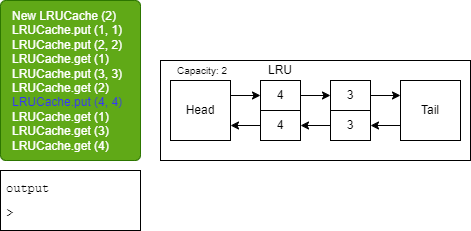
Above: Final_Interview/slides/Slide8.png in bert799/CodingInterviews (draw.io), before the change. Source tidied: cells renumbered, new cells last; positions are measured from the earlier drawing's top-left corner, leaving out a move shared by most shapes.
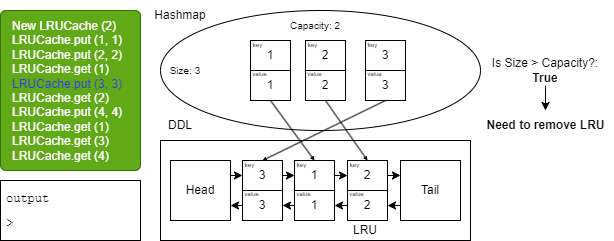
Above is the later version.

Change to the diagram source:
```diff
@@ -2,56 +2,170 @@
   <root>
     <mxCell id="0" />
     <mxCell id="1" parent="0" />
-    <mxCell id="2" value="&lt;span style=&quot;&quot;&gt;&#9;&lt;/span&gt;New LRUCache (2)&lt;br&gt;&lt;span style=&quot;&quot;&gt;&#9;&lt;/span&gt;LRUCache.put (1, 1)&lt;br&gt;&lt;span style=&quot;&quot;&gt;&#9;&lt;/span&gt;LRUCache.put (2, 2)&lt;br&gt;LRUCache.get (1)&lt;br&gt;LRUCache.put (3, 3)&lt;br&gt;LRUCache.get (2)&lt;br&gt;&lt;font color=&quot;#3333ff&quot;&gt;LRUCache.put (4, 4)&lt;br&gt;&lt;/font&gt;LRUCache.get (1)&lt;br&gt;LRUCache.get (3)&lt;br&gt;LRUCache.get (4)" style="rounded=1;whiteSpace=wrap;html=1;fillColor=#60a917;verticalAlign=top;align=left;arcSize=4;spacingTop=2;spacingLeft=10;spacingBottom=2;fontColor=#ffffff;strokeColor=#2D7600;" parent="1" vertex="1">
+    <mxCell id="2" value="&lt;span style=&quot;&quot;&gt;&#9;&lt;/span&gt;New LRUCache (2)&lt;br&gt;&lt;span style=&quot;&quot;&gt;&#9;&lt;/span&gt;LRUCache.put (1, 1)&lt;br&gt;&lt;span style=&quot;&quot;&gt;&#9;&lt;/span&gt;LRUCache.put (2, 2)&lt;br&gt;LRUCache.get (1)&lt;br&gt;&lt;font color=&quot;#3333ff&quot;&gt;LRUCache.put (3, 3)&lt;br&gt;&lt;/font&gt;LRUCache.get (2)&lt;br&gt;LRUCache.put (4, 4)&lt;br&gt;LRUCache.get (1)&lt;br&gt;LRUCache.get (3)&lt;br&gt;LRUCache.get (4)" style="rounded=1;whiteSpace=wrap;html=1;fillColor=#60a917;verticalAlign=top;align=left;arcSize=4;spacingTop=2;spacingLeft=10;spacingBottom=2;fontColor=#ffffff;strokeColor=#2D7600;" parent="1" vertex="1">
       <mxGeometry width="140" height="160" as="geometry" />
     </mxCell>
     <mxCell id="3" value="&lt;pre style=&quot;line-height: 0%;&quot;&gt;&lt;font color=&quot;#000000&quot;&gt;output&lt;/font&gt;&lt;/pre&gt;&lt;pre style=&quot;text-align: center; line-height: 0%;&quot;&gt;&lt;font color=&quot;#000000&quot;&gt;&lt;br&gt;&lt;/font&gt;&lt;/pre&gt;&lt;pre style=&quot;text-align: justify; line-height: 0%;&quot;&gt;&lt;font color=&quot;#000000&quot;&gt;&amp;gt; &lt;/font&gt;&lt;/pre&gt;" style="rounded=0;whiteSpace=wrap;html=1;verticalAlign=top;align=left;spacingLeft=4;fillColor=none;strokeColor=#000000;" parent="1" vertex="1">
       <mxGeometry y="170" width="140" height="60" as="geometry" />
     </mxCell>
-    <mxCell id="4" style="rounded=0;whiteSpace=wrap;html=1;fontSize=12;fillColor=none;strokeColor=#000000;" parent="1" vertex="1">
-      <mxGeometry x="160" y="60" width="310" height="100" as="geometry" />
-    </mxCell>
+    <mxCell id="19" style="rounded=0;whiteSpace=wrap;html=1;fontSize=12;fillColor=none;strokeColor=#000000;" parent="1" vertex="1">
+      <mxGeometry x="160" y="130" width="310" height="100" as="geometry" />
+    </mxCell>
+    <mxCell id="20" style="edgeStyle=none;html=1;exitX=1;exitY=0.25;exitDx=0;exitDy=0;fontSize=10;fontColor=#FFFFFF;strokeColor=#000000;entryX=0;entryY=0.5;entryDx=0;entryDy=0;" parent="1" edge="1" source="8" target="53">
+      <mxGeometry relative="1" as="geometry" />
+    </mxCell>
+    <mxCell id="8" value="&lt;font color=&quot;#000000&quot;&gt;Head&lt;/font&gt;" style="whiteSpace=wrap;html=1;rounded=0;strokeColor=#000000;fontSize=12;fillColor=none;" parent="1" vertex="1">
+      <mxGeometry x="170" y="150" width="60" height="60" as="geometry" />
+    </mxCell>
+    <mxCell id="21" style="edgeStyle=none;html=1;exitX=0;exitY=0.75;exitDx=0;exitDy=0;entryX=1;entryY=0.5;entryDx=0;entryDy=0;strokeColor=#000000;fontSize=10;fontColor=#FFFFFF;" parent="1" edge="1" source="10" target="29">
+      <mxGeometry relative="1" as="geometry" />
+    </mxCell>
+    <mxCell id="10" value="&lt;font color=&quot;#000000&quot;&gt;Tail&lt;/font&gt;" style="whiteSpace=wrap;html=1;rounded=0;strokeColor=#000000;fontSize=12;fillColor=none;" parent="1" vertex="1">
+      <mxGeometry x="400" y="150" width="60" height="60" as="geometry" />
+    </mxCell>
+    <mxCell id="22" style="edgeStyle=none;html=1;exitX=1;exitY=0.5;exitDx=0;exitDy=0;entryX=0;entryY=0.25;entryDx=0;entryDy=0;strokeColor=#000000;fontSize=10;fontColor=#FFFFFF;" parent="1" edge="1" source="28" target="10">
+      <mxGeometry relative="1" as="geometry" />
+    </mxCell>
+    <mxCell id="23" style="edgeStyle=none;html=1;exitX=0;exitY=0.5;exitDx=0;exitDy=0;strokeColor=#000000;fontSize=10;fontColor=#FFFFFF;entryX=1;entryY=0.5;entryDx=0;entryDy=0;" parent="1" edge="1" source="29" target="40">
+      <mxGeometry relative="1" as="geometry" />
+    </mxCell>
     <mxCell id="5" value="&lt;font style=&quot;font-size: 10px;&quot;&gt;Capacity: 2&lt;/font&gt;" style="text;html=1;strokeColor=none;fillColor=none;align=center;verticalAlign=middle;whiteSpace=wrap;rounded=0;fontColor=#000000;" parent="1" vertex="1">
-      <mxGeometry x="167" y="55" width="70" height="30" as="geometry" />
+      <mxGeometry x="280" width="70" height="30" as="geometry" />
     </mxCell>
+    <mxCell id="24" style="ellipse;whiteSpace=wrap;html=1;fillColor=none;strokeColor=#000000;" parent="1" vertex="1">
+      <mxGeometry x="160" width="320" height="120" as="geometry" />
+    </mxCell>
+    <mxCell id="25" value="&lt;font color=&quot;#000000&quot;&gt;Hashmap&lt;/font&gt;" style="text;html=1;strokeColor=none;fillColor=none;align=center;verticalAlign=middle;whiteSpace=wrap;rounded=0;" parent="1" vertex="1">
+      <mxGeometry x="150" y="-10" width="60" height="30" as="geometry" />
+    </mxCell>
+    <mxCell id="26" value="&lt;font color=&quot;#000000&quot;&gt;DDL&lt;/font&gt;" style="text;html=1;strokeColor=none;fillColor=none;align=center;verticalAlign=middle;whiteSpace=wrap;rounded=0;" parent="1" vertex="1">
+      <mxGeometry x="150" y="100" width="60" height="30" as="geometry" />
+    </mxCell>
+    <mxCell id="27" style="group;" parent="1" vertex="1">
+      <mxGeometry x="342" y="148" width="45" height="62" as="geometry" />
+    </mxCell>
+    <mxCell id="28" value="2" style="rounded=0;whiteSpace=wrap;html=1;strokeColor=#000000;fontSize=12;fontColor=#000000;fillColor=none;" parent="27" vertex="1">
+      <mxGeometry x="5" y="2" width="40" height="30" as="geometry" />
+    </mxCell>
+    <mxCell id="29" value="2" style="rounded=0;whiteSpace=wrap;html=1;strokeColor=#000000;fontSize=12;fontColor=#000000;fillColor=none;" parent="27" vertex="1">
+      <mxGeometry x="5" y="32" width="40" height="30" as="geometry" />
+    </mxCell>
+    <mxCell id="30" value="&lt;font style=&quot;font-size: 6px;&quot; color=&quot;#000000&quot;&gt;key&lt;/font&gt;" style="text;html=1;strokeColor=none;fillColor=none;align=center;verticalAlign=middle;whiteSpace=wrap;rounded=0;" parent="27" vertex="1">
+      <mxGeometry width="25" height="10" as="geometry" />
+    </mxCell>
+    <mxCell id="31" value="&lt;font style=&quot;font-size: 6px;&quot; color=&quot;#000000&quot;&gt;value&lt;/font&gt;" style="text;html=1;strokeColor=none;fillColor=none;align=center;verticalAlign=middle;whiteSpace=wrap;rounded=0;" parent="27" vertex="1">
+      <mxGeometry x="2" y="29" width="25" height="10" as="geometry" />
+    </mxCell>
+    <mxCell id="32" style="edgeStyle=none;html=1;exitX=0.5;exitY=1;exitDx=0;exitDy=0;fontSize=6;fillColor=#d80073;strokeColor=#000000;endSize=2;startSize=2;jumpSize=6;strokeWidth=1;entryX=0.5;entryY=0;entryDx=0;entryDy=0;" parent="1" edge="1" source="35" target="39">
+      <mxGeometry relative="1" as="geometry" />
+    </mxCell>
+    <mxCell id="33" style="group;" parent="1" vertex="1">
+      <mxGeometry x="245" y="28" width="45" height="62" as="geometry" />
+    </mxCell>
+    <mxCell id="34" value="1" style="rounded=0;whiteSpace=wrap;html=1;strokeColor=#000000;fontSize=12;fontColor=#000000;fillColor=none;" parent="33" vertex="1">
+      <mxGeometry x="5" y="2" width="40" height="30" as="geometry" />
+    </mxCell>
+    <mxCell id="35" value="1" style="rounded=0;whiteSpace=wrap;html=1;strokeColor=#000000;fontSize=12;fontColor=#000000;fillColor=none;" parent="33" vertex="1">
+      <mxGeometry x="5" y="32" width="40" height="30" as="geometry" />
+    </mxCell>
+    <mxCell id="36" value="&lt;font style=&quot;font-size: 6px;&quot; color=&quot;#000000&quot;&gt;key&lt;/font&gt;" style="text;html=1;strokeColor=none;fillColor=none;align=center;verticalAlign=middle;whiteSpace=wrap;rounded=0;" parent="33" vertex="1">
+      <mxGeometry width="25" height="10" as="geometry" />
+    </mxCell>
+    <mxCell id="37" value="&lt;font style=&quot;font-size: 6px;&quot; color=&quot;#000000&quot;&gt;value&lt;/font&gt;" style="text;html=1;strokeColor=none;fillColor=none;align=center;verticalAlign=middle;whiteSpace=wrap;rounded=0;" parent="33" vertex="1">
+      <mxGeometry x="2" y="29" width="25" height="10" as="geometry" />
+    </mxCell>
     <mxCell id="6" value="LRU" style="text;html=1;strokeColor=none;fillColor=none;align=center;verticalAlign=middle;whiteSpace=wrap;rounded=0;fontSize=12;fontColor=#000000;" parent="1" vertex="1">
-      <mxGeometry x="255" y="60" width="50" height="20" as="geometry" />
+      <mxGeometry x="339.5" y="210" width="50" height="20" as="geometry" />
     </mxCell>
-    <mxCell id="7" style="edgeStyle=none;html=1;exitX=1;exitY=0.25;exitDx=0;exitDy=0;entryX=0;entryY=0.5;entryDx=0;entryDy=0;fontSize=12;fontColor=#000000;strokeColor=#000000;" parent="1" edge="1" source="8" target="12">
-      <mxGeometry relative="1" as="geometry" />
-    </mxCell>
-    <mxCell id="8" value="&lt;font color=&quot;#000000&quot;&gt;Head&lt;/font&gt;" style="whiteSpace=wrap;html=1;rounded=0;strokeColor=#000000;fontSize=12;fillColor=none;" parent="1" vertex="1">
-      <mxGeometry x="170" y="80" width="60" height="60" as="geometry" />
-    </mxCell>
-    <mxCell id="9" style="edgeStyle=none;html=1;exitX=0;exitY=0.75;exitDx=0;exitDy=0;entryX=1;entryY=0.5;entryDx=0;entryDy=0;strokeColor=#000000;fontSize=12;fontColor=#000000;" parent="1" edge="1" source="10" target="18">
-      <mxGeometry relative="1" as="geometry" />
-    </mxCell>
-    <mxCell id="10" value="&lt;font color=&quot;#000000&quot;&gt;Tail&lt;/font&gt;" style="whiteSpace=wrap;html=1;rounded=0;strokeColor=#000000;fontSize=12;fillColor=none;" parent="1" vertex="1">
-      <mxGeometry x="400" y="80" width="60" height="60" as="geometry" />
-    </mxCell>
-    <mxCell id="11" style="edgeStyle=none;html=1;exitX=1;exitY=0.5;exitDx=0;exitDy=0;entryX=0;entryY=0.5;entryDx=0;entryDy=0;strokeColor=#000000;fontSize=12;fontColor=#000000;" parent="1" edge="1" source="12" target="14">
-      <mxGeometry relative="1" as="geometry" />
-    </mxCell>
-    <mxCell id="12" value="4" style="rounded=0;whiteSpace=wrap;html=1;strokeColor=#000000;fontSize=12;fontColor=#000000;fillColor=none;" parent="1" vertex="1">
-      <mxGeometry x="260" y="80" width="40" height="30" as="geometry" />
-    </mxCell>
-    <mxCell id="13" style="edgeStyle=none;html=1;exitX=1;exitY=0.5;exitDx=0;exitDy=0;entryX=0;entryY=0.25;entryDx=0;entryDy=0;strokeColor=#000000;fontSize=12;fontColor=#000000;" parent="1" edge="1" source="14" target="10">
-      <mxGeometry relative="1" as="geometry" />
-    </mxCell>
-    <mxCell id="14" value="3" style="rounded=0;whiteSpace=wrap;html=1;strokeColor=#000000;fontSize=12;fontColor=#000000;fillColor=none;" parent="1" vertex="1">
-      <mxGeometry x="330" y="80" width="40" height="30" as="geometry" />
-    </mxCell>
-    <mxCell id="15" style="edgeStyle=none;html=1;exitX=0;exitY=0.5;exitDx=0;exitDy=0;entryX=1;entryY=0.75;entryDx=0;entryDy=0;strokeColor=#000000;fontSize=12;fontColor=#000000;" parent="1" edge="1" source="16" target="8">
-      <mxGeometry relative="1" as="geometry" />
-    </mxCell>
-    <mxCell id="16" value="4" style="rounded=0;whiteSpace=wrap;html=1;strokeColor=#000000;fontSize=12;fontColor=#000000;fillColor=none;" parent="1" vertex="1">
-      <mxGeometry x="260" y="110" width="40" height="30" as="geometry" />
-    </mxCell>
-    <mxCell id="17" style="edgeStyle=none;html=1;exitX=0;exitY=0.5;exitDx=0;exitDy=0;strokeColor=#000000;fontSize=12;fontColor=#000000;" parent="1" edge="1" source="18" target="16">
-      <mxGeometry relative="1" as="geometry" />
-    </mxCell>
-    <mxCell id="18" value="3" style="rounded=0;whiteSpace=wrap;html=1;strokeColor=#000000;fontSize=12;fontColor=#000000;fillColor=none;" parent="1" vertex="1">
-      <mxGeometry x="330" y="110" width="40" height="30" as="geometry" />
-    </mxCell>
+    <mxCell id="38" style="group;" parent="1" vertex="1">
+      <mxGeometry x="289" y="148" width="45" height="62" as="geometry" />
+    </mxCell>
+    <mxCell id="39" value="1" style="rounded=0;whiteSpace=wrap;html=1;strokeColor=#000000;fontSize=12;fontColor=#000000;fillColor=none;" parent="38" vertex="1">
+      <mxGeometry x="5" y="2" width="40" height="30" as="geometry" />
+    </mxCell>
+    <mxCell id="40" value="1" style="rounded=0;whiteSpace=wrap;html=1;strokeColor=#000000;fontSize=12;fontColor=#000000;fillColor=none;" parent="38" vertex="1">
+      <mxGeometry x="5" y="32" width="40" height="30" as="geometry" />
+    </mxCell>
+    <mxCell id="41" value="&lt;font style=&quot;font-size: 6px;&quot; color=&quot;#000000&quot;&gt;key&lt;/font&gt;" style="text;html=1;strokeColor=none;fillColor=none;align=center;verticalAlign=middle;whiteSpace=wrap;rounded=0;" parent="38" vertex="1">
+      <mxGeometry width="25" height="10" as="geometry" />
+    </mxCell>
+    <mxCell id="42" value="&lt;font style=&quot;font-size: 6px;&quot; color=&quot;#000000&quot;&gt;value&lt;/font&gt;" style="text;html=1;strokeColor=none;fillColor=none;align=center;verticalAlign=middle;whiteSpace=wrap;rounded=0;" parent="38" vertex="1">
+      <mxGeometry x="2" y="29" width="25" height="10" as="geometry" />
+    </mxCell>
+    <mxCell id="43" style="edgeStyle=none;html=1;exitX=1;exitY=0.5;exitDx=0;exitDy=0;entryX=0;entryY=0.5;entryDx=0;entryDy=0;strokeColor=#000000;" parent="1" edge="1" source="39" target="28">
+      <mxGeometry relative="1" as="geometry" />
+    </mxCell>
+    <mxCell id="44" style="edgeStyle=none;html=1;exitX=0;exitY=0.5;exitDx=0;exitDy=0;strokeColor=#000000;entryX=1;entryY=0.5;entryDx=0;entryDy=0;" parent="1" edge="1" source="40" target="54">
+      <mxGeometry relative="1" as="geometry" />
+    </mxCell>
+    <mxCell id="45" style="group;" parent="1" vertex="1">
+      <mxGeometry x="300" y="28" width="45" height="62" as="geometry" />
+    </mxCell>
+    <mxCell id="46" value="2" style="rounded=0;whiteSpace=wrap;html=1;strokeColor=#000000;fontSize=12;fontColor=#000000;fillColor=none;" parent="45" vertex="1">
+      <mxGeometry x="5" y="2" width="40" height="30" as="geometry" />
+    </mxCell>
+    <mxCell id="47" value="2" style="rounded=0;whiteSpace=wrap;html=1;strokeColor=#000000;fontSize=12;fontColor=#000000;fillColor=none;" parent="45" vertex="1">
+      <mxGeometry x="5" y="32" width="40" height="30" as="geometry" />
+    </mxCell>
+    <mxCell id="48" value="&lt;font style=&quot;font-size: 6px;&quot; color=&quot;#000000&quot;&gt;key&lt;/font&gt;" style="text;html=1;strokeColor=none;fillColor=none;align=center;verticalAlign=middle;whiteSpace=wrap;rounded=0;" parent="45" vertex="1">
+      <mxGeometry width="25" height="10" as="geometry" />
+    </mxCell>
+    <mxCell id="49" value="&lt;font style=&quot;font-size: 6px;&quot; color=&quot;#000000&quot;&gt;value&lt;/font&gt;" style="text;html=1;strokeColor=none;fillColor=none;align=center;verticalAlign=middle;whiteSpace=wrap;rounded=0;" parent="45" vertex="1">
+      <mxGeometry x="2" y="29" width="25" height="10" as="geometry" />
+    </mxCell>
+    <mxCell id="50" style="edgeStyle=none;html=1;exitX=0.5;exitY=1;exitDx=0;exitDy=0;strokeColor=#000000;endSize=2;startSize=2;entryX=0.5;entryY=0;entryDx=0;entryDy=0;" parent="1" edge="1" source="47" target="28">
+      <mxGeometry relative="1" as="geometry" />
+    </mxCell>
+    <mxCell id="51" value="&lt;font style=&quot;font-size: 10px;&quot;&gt;Size: 3&lt;br&gt;&lt;/font&gt;" style="text;html=1;strokeColor=none;fillColor=none;align=center;verticalAlign=middle;whiteSpace=wrap;rounded=0;fontColor=#000000;" parent="1" vertex="1">
+      <mxGeometry x="150" y="45" width="70" height="30" as="geometry" />
+    </mxCell>
+    <mxCell id="52" style="group;" parent="1" vertex="1">
+      <mxGeometry x="237" y="148" width="45" height="62" as="geometry" />
+    </mxCell>
+    <mxCell id="53" value="3" style="rounded=0;whiteSpace=wrap;html=1;strokeColor=#000000;fontSize=12;fontColor=#000000;fillColor=none;" parent="52" vertex="1">
+      <mxGeometry x="5" y="2" width="40" height="30" as="geometry" />
+    </mxCell>
+    <mxCell id="54" value="3" style="rounded=0;whiteSpace=wrap;html=1;strokeColor=#000000;fontSize=12;fontColor=#000000;fillColor=none;" parent="52" vertex="1">
+      <mxGeometry x="5" y="32" width="40" height="30" as="geometry" />
+    </mxCell>
+    <mxCell id="55" value="&lt;font style=&quot;font-size: 6px;&quot; color=&quot;#000000&quot;&gt;key&lt;/font&gt;" style="text;html=1;strokeColor=none;fillColor=none;align=center;verticalAlign=middle;whiteSpace=wrap;rounded=0;" parent="52" vertex="1">
+      <mxGeometry width="25" height="10" as="geometry" />
+    </mxCell>
+    <mxCell id="56" value="&lt;font style=&quot;font-size: 6px;&quot; color=&quot;#000000&quot;&gt;value&lt;/font&gt;" style="text;html=1;strokeColor=none;fillColor=none;align=center;verticalAlign=middle;whiteSpace=wrap;rounded=0;" parent="52" vertex="1">
+      <mxGeometry x="2" y="29" width="25" height="10" as="geometry" />
+    </mxCell>
+    <mxCell id="57" style="edgeStyle=none;html=1;exitX=1;exitY=0.5;exitDx=0;exitDy=0;entryX=0;entryY=0.5;entryDx=0;entryDy=0;strokeColor=#000000;fontColor=#3333FF;" parent="1" edge="1" source="53" target="39">
+      <mxGeometry relative="1" as="geometry" />
+    </mxCell>
+    <mxCell id="58" style="edgeStyle=none;html=1;exitX=0;exitY=0.5;exitDx=0;exitDy=0;entryX=1;entryY=0.75;entryDx=0;entryDy=0;strokeColor=#000000;fontColor=#3333FF;" parent="1" edge="1" source="54" target="8">
+      <mxGeometry relative="1" as="geometry" />
+    </mxCell>
+    <mxCell id="59" style="group;" parent="1" vertex="1">
+      <mxGeometry x="360" y="28" width="45" height="62" as="geometry" />
+    </mxCell>
+    <mxCell id="60" value="3" style="rounded=0;whiteSpace=wrap;html=1;strokeColor=#000000;fontSize=12;fontColor=#000000;fillColor=none;" parent="59" vertex="1">
+      <mxGeometry x="5" y="2" width="40" height="30" as="geometry" />
+    </mxCell>
+    <mxCell id="61" value="3" style="rounded=0;whiteSpace=wrap;html=1;strokeColor=#000000;fontSize=12;fontColor=#000000;fillColor=none;" parent="59" vertex="1">
+      <mxGeometry x="5" y="32" width="40" height="30" as="geometry" />
+    </mxCell>
+    <mxCell id="62" value="&lt;font style=&quot;font-size: 6px;&quot; color=&quot;#000000&quot;&gt;key&lt;/font&gt;" style="text;html=1;strokeColor=none;fillColor=none;align=center;verticalAlign=middle;whiteSpace=wrap;rounded=0;" parent="59" vertex="1">
+      <mxGeometry width="25" height="10" as="geometry" />
+    </mxCell>
+    <mxCell id="63" value="&lt;font style=&quot;font-size: 6px;&quot; color=&quot;#000000&quot;&gt;value&lt;/font&gt;" style="text;html=1;strokeColor=none;fillColor=none;align=center;verticalAlign=middle;whiteSpace=wrap;rounded=0;" parent="59" vertex="1">
+      <mxGeometry x="2" y="29" width="25" height="10" as="geometry" />
+    </mxCell>
+    <mxCell id="64" style="edgeStyle=none;html=1;exitX=0.5;exitY=1;exitDx=0;exitDy=0;entryX=0.5;entryY=0;entryDx=0;entryDy=0;strokeColor=#000000;fontColor=#3333FF;startSize=2;endSize=2;" parent="1" edge="1" source="61" target="53">
+      <mxGeometry relative="1" as="geometry" />
+    </mxCell>
+    <mxCell id="65" style="edgeStyle=none;html=1;exitX=0.5;exitY=1;exitDx=0;exitDy=0;entryX=0.5;entryY=0;entryDx=0;entryDy=0;fontColor=#000000;strokeColor=#000000;" parent="1" edge="1" source="66" target="67">
+      <mxGeometry relative="1" as="geometry" />
+    </mxCell>
+    <mxCell id="66" value="Is Size &amp;gt; Capacity?:&lt;br&gt;&lt;b&gt;True&lt;/b&gt;" style="text;html=1;strokeColor=none;fillColor=none;align=center;verticalAlign=middle;whiteSpace=wrap;rounded=0;fontColor=#000000;" parent="1" vertex="1">
+      <mxGeometry x="490" y="45" width="110" height="30" as="geometry" />
+    </mxCell>
+    <mxCell id="67" value="&lt;b&gt;Need to remove LRU&lt;/b&gt;" style="text;html=1;strokeColor=none;fillColor=none;align=center;verticalAlign=middle;whiteSpace=wrap;rounded=0;fontColor=#000000;" parent="1" vertex="1">
+      <mxGeometry x="477.5" y="100" width="135" height="30" as="geometry" />
+    </mxCell>
   </root>
 </mxGraphModel>
```
